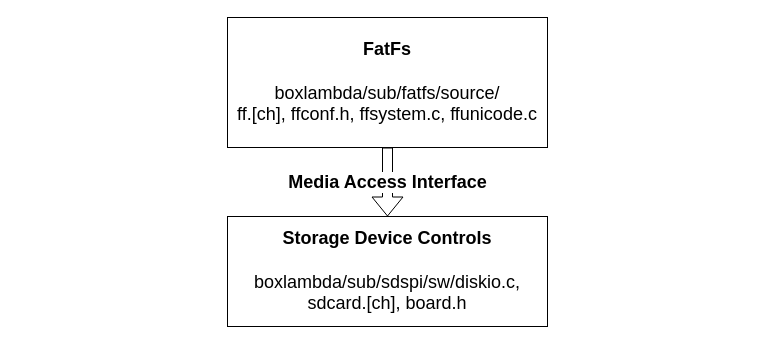
The draw.io diagram docs/assets/FatFs_Media_Access_Interface.drawio in epsilon537/boxlambda, before the edit. Source tidied: cells renumbered, new cells numbered last; positions are measured from the earlier drawing's top-left corner, leaving out a move shared by most shapes. Both pictures are drawn from the tidied source at 100%, with x=0, y=0 at pixel (227, 17).
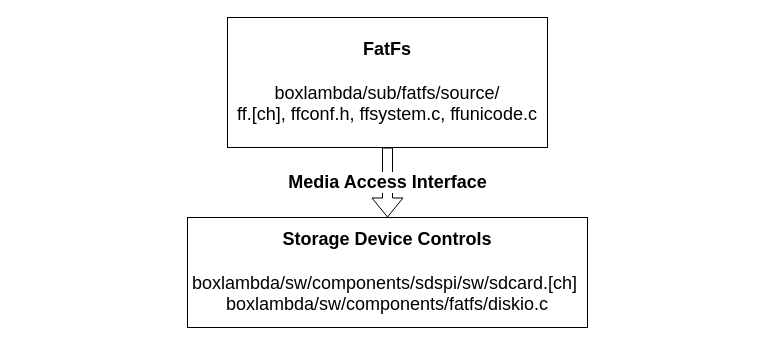
The same page after the edit.

Change to the diagram source:
```diff
@@
 <mxGraphModel>
   <root>
     <mxCell id="0" />
     <mxCell id="1" parent="0" />
+    <mxCell id="5" style="rounded=0;whiteSpace=wrap;html=1;fillColor=none;strokeColor=none;" parent="1" vertex="1">
+      <mxGeometry x="-210" y="119" width="730" height="60" as="geometry" />
+    </mxCell>
     <mxCell id="2" value="&lt;font style=&quot;font-size: 18px;&quot;&gt;&lt;b&gt;FatFs&lt;br&gt;&lt;br&gt;&lt;/b&gt;boxlambda/sub/fatfs/source/&lt;br&gt;ff.[ch], ffconf.h, ffsystem.c, ffunicode.c&lt;/font&gt;" style="rounded=0;whiteSpace=wrap;html=1;" parent="1" vertex="1">
       <mxGeometry width="320" height="130" as="geometry" />
     </mxCell>
-    <mxCell id="3" value="&lt;b&gt;Storage Device Controls&lt;/b&gt;&lt;br&gt;&lt;br&gt;boxlambda/sub/sdspi/sw/diskio.c, sdcard.[ch], board.h" style="rounded=0;whiteSpace=wrap;html=1;fontSize=18;" parent="1" vertex="1">
-      <mxGeometry y="199" width="320" height="110" as="geometry" />
+    <mxCell id="3" value="&lt;b&gt;Storage Device Controls&lt;/b&gt;&lt;br&gt;&lt;br&gt;boxlambda/sw/components/sdspi/sw/sdcard.[ch]&amp;nbsp;&lt;div&gt;boxlambda/sw/components/fatfs/diskio.c&lt;/div&gt;" style="rounded=0;whiteSpace=wrap;html=1;fontSize=18;" parent="1" vertex="1">
+      <mxGeometry x="-40" y="200" width="400" height="110" as="geometry" />
     </mxCell>
     <mxCell id="4" value="Media Access Interface" style="shape=flexArrow;endArrow=classic;html=1;rounded=0;fontSize=18;entryX=0.5;entryY=0;entryDx=0;entryDy=0;exitX=0.5;exitY=1;exitDx=0;exitDy=0;fontStyle=1;" parent="1" edge="1" source="2" target="3">
       <mxGeometry relative="1" as="geometry" />
     </mxCell>
   </root>
 </mxGraphModel>
```
